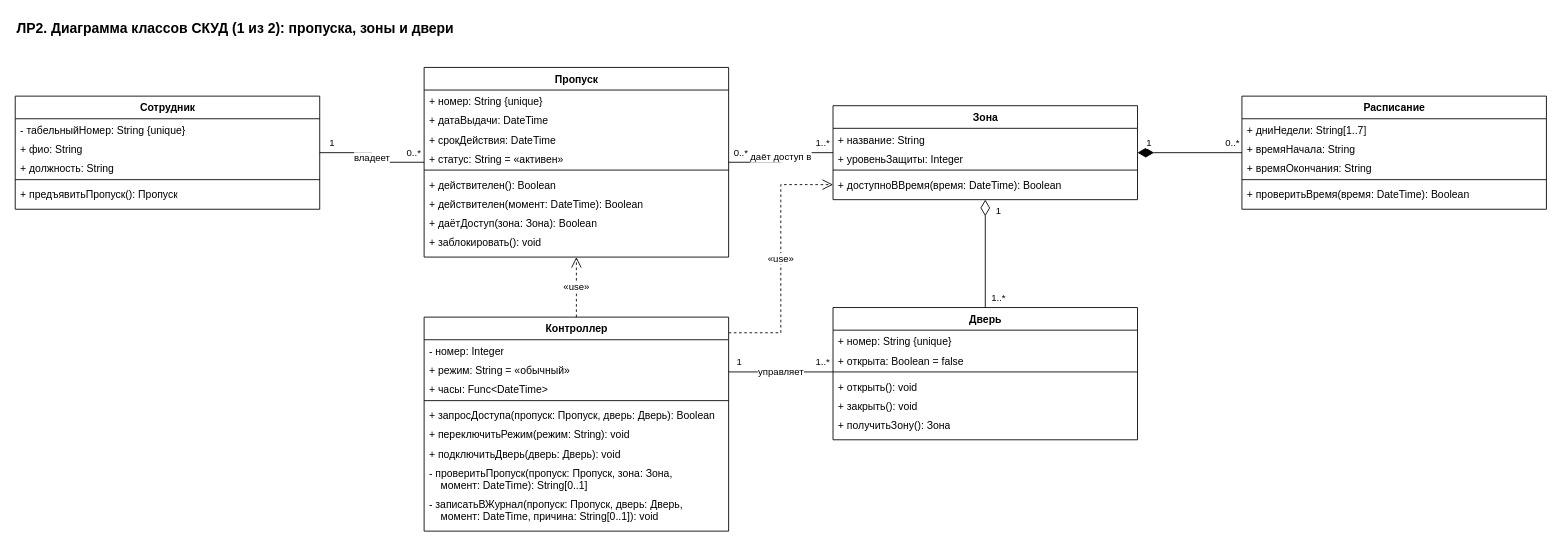
Rem1yo/ooap-skud-uml keeps this draw.io diagram as page "ЛР2 — Классы 1 (доступ)" (5 of 10) of СКУД.drawio. Above is the earlier version. Source tidied: cells renumbered, new cells numbered last; positions are measured from the earlier drawing's top-left corner, leaving out a move shared by most shapes. Both pictures are drawn from the tidied source at 87%, with x=0, y=0 at pixel (15, 15).
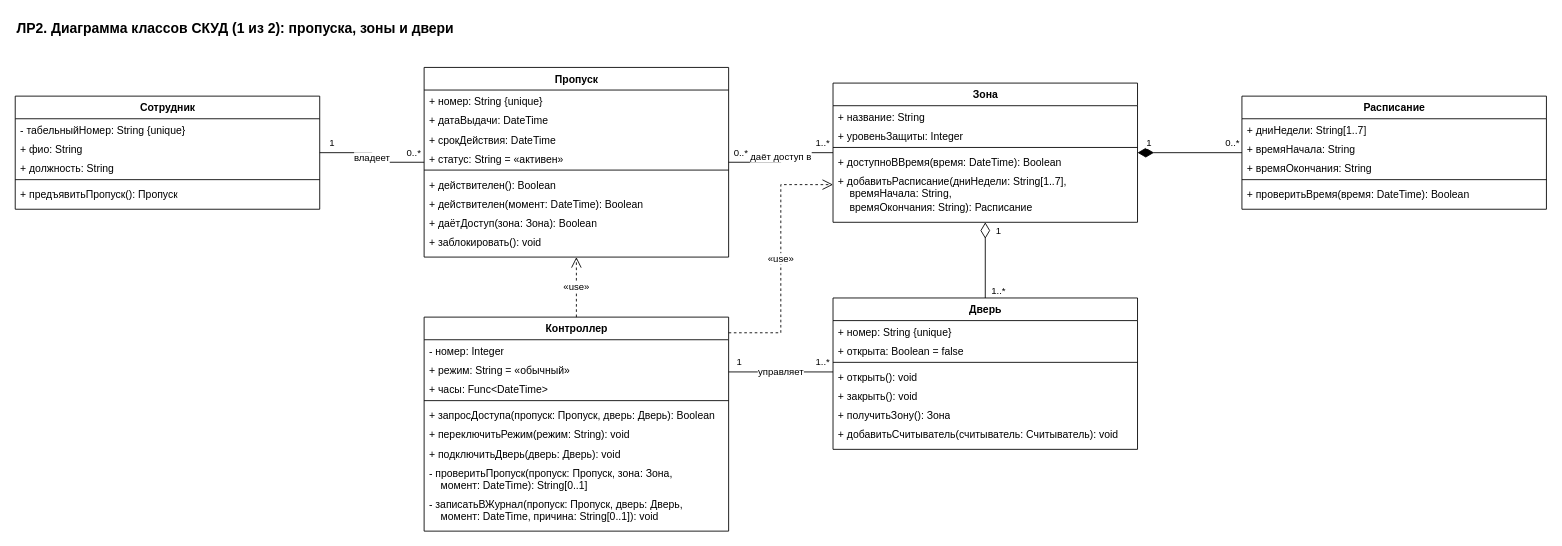
The same diagram, later.

Commit message (it also covers changes not shown here):
ЛР2: на диаграмму классов добавлены методы добавитьРасписание и добавитьСчитыватель

Методы Зона.добавитьРасписание и Дверь.добавитьСчитыватель были в
коде, но отсутствовали на диаграмме классов 1. Теперь все открытые
методы кода показаны на диаграммах. Картинка и сводный PDF обновлены.

Unchanged cells that the change refers to:
```xml
<mxCell id="34" value="Контроллер" style="swimlane;fontStyle=1;align=center;verticalAlign=top;horizontal=1;startSize=26;fillColor=#ffffff;strokeColor=#000000;fontColor=#000000;html=1;" parent="1" vertex="1">
  <mxGeometry x="470" y="347" width="350" height="246" as="geometry" />
</mxCell>
```

Diff of the diagram source:
```diff
@@
     <mxCell id="21" value="Зона" style="swimlane;fontStyle=1;align=center;verticalAlign=top;horizontal=1;startSize=26;fillColor=#ffffff;strokeColor=#000000;fontColor=#000000;html=1;" parent="1" vertex="1">
-      <mxGeometry x="940" y="104" width="350" height="108" as="geometry" />
+      <mxGeometry x="940" y="78" width="350" height="160" as="geometry" />
     </mxCell>
@@
+    <mxCell id="70" value="+ добавитьРасписание(дниНедели: String[1..7],&lt;br&gt;&amp;nbsp;&amp;nbsp;&amp;nbsp;&amp;nbsp;времяНачала: String,&lt;br&gt;&amp;nbsp;&amp;nbsp;&amp;nbsp;&amp;nbsp;времяОкончания: String): Расписание" style="text;strokeColor=none;fillColor=none;align=left;verticalAlign=top;spacingLeft=4;spacingRight=4;overflow=hidden;fontColor=#000000;html=1;" parent="21" vertex="1">
+      <mxGeometry y="100" width="350" height="52" as="geometry" />
+    </mxCell>
     <mxCell id="26" style="text;strokeColor=none;fillColor=none;html=1;" parent="21" vertex="1">
-      <mxGeometry y="100" width="350" height="8" as="geometry" />
+      <mxGeometry y="152" width="350" height="8" as="geometry" />
     </mxCell>
@@
     <mxCell id="45" value="Дверь" style="swimlane;fontStyle=1;align=center;verticalAlign=top;horizontal=1;startSize=26;fillColor=#ffffff;strokeColor=#000000;fontColor=#000000;html=1;" parent="1" vertex="1">
-      <mxGeometry x="940" y="336" width="350" height="152" as="geometry" />
+      <mxGeometry x="940" y="325" width="350" height="174" as="geometry" />
     </mxCell>
@@
+    <mxCell id="71" value="+ добавитьСчитыватель(считыватель: Считыватель): void" style="text;strokeColor=none;fillColor=none;align=left;verticalAlign=top;spacingLeft=4;spacingRight=4;overflow=hidden;fontColor=#000000;html=1;" parent="45" vertex="1">
+      <mxGeometry y="144" width="350" height="22" as="geometry" />
+    </mxCell>
     <mxCell id="52" style="text;strokeColor=none;fillColor=none;html=1;" parent="45" vertex="1">
-      <mxGeometry y="144" width="350" height="8" as="geometry" />
+      <mxGeometry y="166" width="350" height="8" as="geometry" />
     </mxCell>
@@
-    <mxCell id="65" value="управляет" style="edgeStyle=orthogonalEdgeStyle;rounded=0;html=1;strokeColor=#000000;fontColor=#000000;labelBackgroundColor=#ffffff;endArrow=none;exitX=1;exitY=0.2561;exitDx=0;exitDy=0;entryX=0;entryY=0.487;entryDx=0;entryDy=0;" parent="1" edge="1" source="34" target="45">
+    <mxCell id="65" value="управляет" style="edgeStyle=orthogonalEdgeStyle;rounded=0;html=1;strokeColor=#000000;fontColor=#000000;labelBackgroundColor=#ffffff;endArrow=none;exitX=1;exitY=0.2561;exitDx=0;exitDy=0;entryX=0;entryY=0.4886;entryDx=0;entryDy=0;" parent="1" edge="1" source="34" target="45">
       <mxGeometry relative="1" as="geometry" />
     </mxCell>
@@
-    <mxCell id="69" value="«use»" style="edgeStyle=orthogonalEdgeStyle;rounded=0;html=1;strokeColor=#000000;fontColor=#000000;labelBackgroundColor=#ffffff;endArrow=open;endFill=0;endSize=10;dashed=1;exitX=1;exitY=0.0732;exitDx=0;exitDy=0;entryX=0;entryY=0.84;entryDx=0;entryDy=0;" parent="1" edge="1" source="34" target="21">
+    <mxCell id="69" value="«use»" style="edgeStyle=orthogonalEdgeStyle;rounded=0;html=1;strokeColor=#000000;fontColor=#000000;labelBackgroundColor=#ffffff;endArrow=open;endFill=0;endSize=10;dashed=1;exitX=1;exitY=0.0732;exitDx=0;exitDy=0;entryX=0;entryY=0.7295;entryDx=0;entryDy=0;" parent="1" edge="1" source="34" target="21">
       <mxGeometry relative="1" as="geometry">
         <Array as="points">
           <mxPoint x="880" y="365" />
           <mxPoint x="880" y="195" />
         </Array>
       </mxGeometry>
     </mxCell>
```
